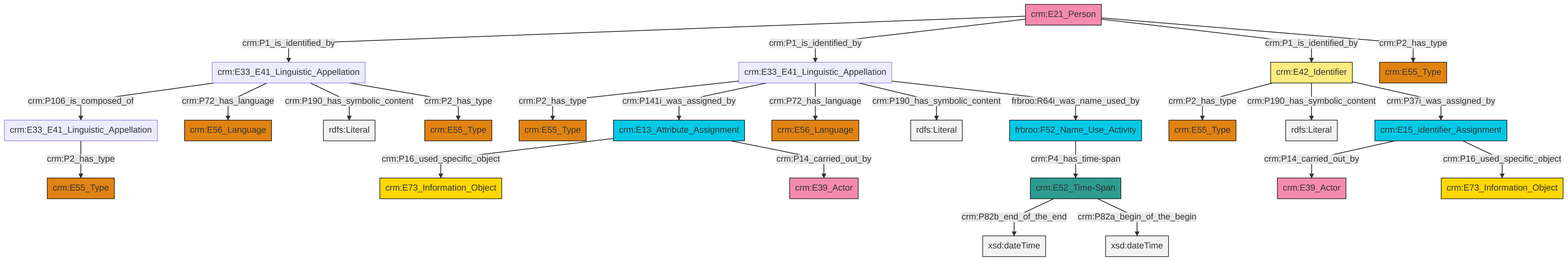
This is et/personCSV/ttl/mmd/png/Person_Names_and_Classification.png from swiss-art-research-net/docs.swissartresearch, a Mermaid export, as it was before one commit. Its source is kept beside it as et/personCSV/ttl/mmd/Person_Names_and_Classification.ttl.mmd.
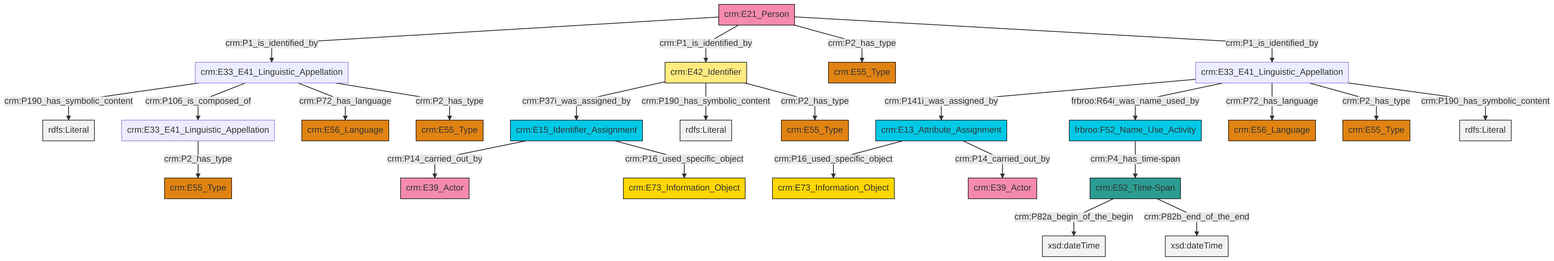
After the change.

Change to the diagram source:
```diff
@@ -13,27 +13,27 @@
 classDef PC_Classes fill:#4ce600, stroke:#000000;
 classDef Multi fill:#cccccc,stroke:#000000;
 
-2["crm:E15_Identifier_Assignment"]:::Temporal_Entity -->|crm:P14_carried_out_by| 3["crm:E39_Actor"]:::Actor
-13["crm:E33_E41_Linguistic_Appellation"]:::Default -->|crm:P2_has_type| 14["crm:E55_Type"]:::Type
-10["crm:E33_E41_Linguistic_Appellation"]:::Default -->|crm:P106_is_composed_of| 22["crm:E33_E41_Linguistic_Appellation"]:::Default
-13["crm:E33_E41_Linguistic_Appellation"]:::Default -->|crm:P141i_was_assigned_by| 20["crm:E13_Attribute_Assignment"]:::Temporal_Entity
-0["crm:E52_Time-Span"]:::Time-Span -->|crm:P82b_end_of_the_end| 24[xsd:dateTime]:::Literal
-22["crm:E33_E41_Linguistic_Appellation"]:::Default -->|crm:P2_has_type| 25["crm:E55_Type"]:::Type
-20["crm:E13_Attribute_Assignment"]:::Temporal_Entity -->|crm:P16_used_specific_object| 30["crm:E73_Information_Object"]:::Conceptual_Object
-28["crm:E42_Identifier"]:::Appellation -->|crm:P2_has_type| 4["crm:E55_Type"]:::Type
-13["crm:E33_E41_Linguistic_Appellation"]:::Default -->|crm:P72_has_language| 31["crm:E56_Language"]:::Type
-28["crm:E42_Identifier"]:::Appellation -->|crm:P190_has_symbolic_content| 32[rdfs:Literal]:::Literal
-2["crm:E15_Identifier_Assignment"]:::Temporal_Entity -->|crm:P16_used_specific_object| 17["crm:E73_Information_Object"]:::Conceptual_Object
-13["crm:E33_E41_Linguistic_Appellation"]:::Default -->|crm:P190_has_symbolic_content| 34[rdfs:Literal]:::Literal
-10["crm:E33_E41_Linguistic_Appellation"]:::Default -->|crm:P72_has_language| 8["crm:E56_Language"]:::Type
-35["crm:E21_Person"]:::Actor -->|crm:P1_is_identified_by| 10["crm:E33_E41_Linguistic_Appellation"]:::Default
-35["crm:E21_Person"]:::Actor -->|crm:P1_is_identified_by| 13["crm:E33_E41_Linguistic_Appellation"]:::Default
-10["crm:E33_E41_Linguistic_Appellation"]:::Default -->|crm:P190_has_symbolic_content| 37[rdfs:Literal]:::Literal
-20["crm:E13_Attribute_Assignment"]:::Temporal_Entity -->|crm:P14_carried_out_by| 38["crm:E39_Actor"]:::Actor
-28["crm:E42_Identifier"]:::Appellation -->|crm:P37i_was_assigned_by| 2["crm:E15_Identifier_Assignment"]:::Temporal_Entity
-35["crm:E21_Person"]:::Actor -->|crm:P1_is_identified_by| 28["crm:E42_Identifier"]:::Appellation
-35["crm:E21_Person"]:::Actor -->|crm:P2_has_type| 6["crm:E55_Type"]:::Type
-10["crm:E33_E41_Linguistic_Appellation"]:::Default -->|crm:P2_has_type| 15["crm:E55_Type"]:::Type
-13["crm:E33_E41_Linguistic_Appellation"]:::Default -->|frbroo:R64i_was_name_used_by| 26["frbroo:F52_Name_Use_Activity"]:::Temporal_Entity
-0["crm:E52_Time-Span"]:::Time-Span -->|crm:P82a_begin_of_the_begin| 45[xsd:dateTime]:::Literal
-26["frbroo:F52_Name_Use_Activity"]:::Temporal_Entity -->|crm:P4_has_time-span| 0["crm:E52_Time-Span"]:::Time-Span
+0["crm:E42_Identifier"]:::Appellation -->|crm:P37i_was_assigned_by| 1["crm:E15_Identifier_Assignment"]:::Temporal_Entity
+6["crm:E33_E41_Linguistic_Appellation"]:::Default -->|crm:P2_has_type| 7["crm:E55_Type"]:::Type
+9["crm:E52_Time-Span"]:::Time-Span -->|crm:P82a_begin_of_the_begin| 10[xsd:dateTime]:::Literal
+11["crm:E33_E41_Linguistic_Appellation"]:::Default -->|crm:P141i_was_assigned_by| 12["crm:E13_Attribute_Assignment"]:::Temporal_Entity
+11["crm:E33_E41_Linguistic_Appellation"]:::Default -->|frbroo:R64i_was_name_used_by| 17["frbroo:F52_Name_Use_Activity"]:::Temporal_Entity
+12["crm:E13_Attribute_Assignment"]:::Temporal_Entity -->|crm:P16_used_specific_object| 20["crm:E73_Information_Object"]:::Conceptual_Object
+11["crm:E33_E41_Linguistic_Appellation"]:::Default -->|crm:P72_has_language| 21["crm:E56_Language"]:::Type
+22["crm:E21_Person"]:::Actor -->|crm:P1_is_identified_by| 14["crm:E33_E41_Linguistic_Appellation"]:::Default
+0["crm:E42_Identifier"]:::Appellation -->|crm:P190_has_symbolic_content| 23[rdfs:Literal]:::Literal
+17["frbroo:F52_Name_Use_Activity"]:::Temporal_Entity -->|crm:P4_has_time-span| 9["crm:E52_Time-Span"]:::Time-Span
+0["crm:E42_Identifier"]:::Appellation -->|crm:P2_has_type| 24["crm:E55_Type"]:::Type
+22["crm:E21_Person"]:::Actor -->|crm:P1_is_identified_by| 0["crm:E42_Identifier"]:::Appellation
+9["crm:E52_Time-Span"]:::Time-Span -->|crm:P82b_end_of_the_end| 29[xsd:dateTime]:::Literal
+14["crm:E33_E41_Linguistic_Appellation"]:::Default -->|crm:P190_has_symbolic_content| 31[rdfs:Literal]:::Literal
+22["crm:E21_Person"]:::Actor -->|crm:P2_has_type| 32["crm:E55_Type"]:::Type
+14["crm:E33_E41_Linguistic_Appellation"]:::Default -->|crm:P106_is_composed_of| 6["crm:E33_E41_Linguistic_Appellation"]:::Default
+11["crm:E33_E41_Linguistic_Appellation"]:::Default -->|crm:P2_has_type| 33["crm:E55_Type"]:::Type
+1["crm:E15_Identifier_Assignment"]:::Temporal_Entity -->|crm:P14_carried_out_by| 36["crm:E39_Actor"]:::Actor
+22["crm:E21_Person"]:::Actor -->|crm:P1_is_identified_by| 11["crm:E33_E41_Linguistic_Appellation"]:::Default
+11["crm:E33_E41_Linguistic_Appellation"]:::Default -->|crm:P190_has_symbolic_content| 41[rdfs:Literal]:::Literal
+14["crm:E33_E41_Linguistic_Appellation"]:::Default -->|crm:P72_has_language| 18["crm:E56_Language"]:::Type
+12["crm:E13_Attribute_Assignment"]:::Temporal_Entity -->|crm:P14_carried_out_by| 38["crm:E39_Actor"]:::Actor
+14["crm:E33_E41_Linguistic_Appellation"]:::Default -->|crm:P2_has_type| 2["crm:E55_Type"]:::Type
+1["crm:E15_Identifier_Assignment"]:::Temporal_Entity -->|crm:P16_used_specific_object| 4["crm:E73_Information_Object"]:::Conceptual_Object
```
